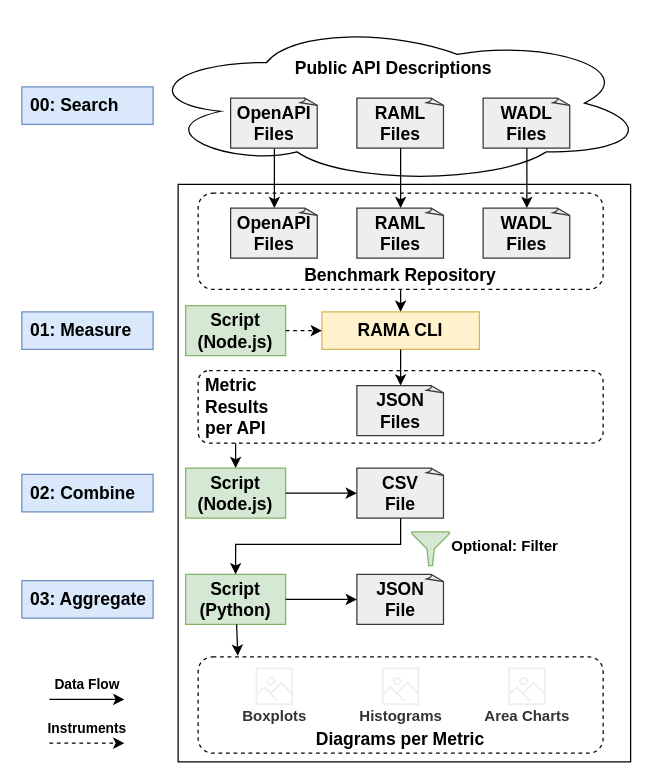
restful-ma/thresholds keeps this draw.io diagram as docs/benchmark-pipeline.drawio. Above is the earlier version. Source tidied: cells renumbered, new cells numbered last; positions are measured from the earlier drawing's top-left corner, leaving out a move shared by most shapes. Both pictures are drawn from the tidied source at 125%, with x=0, y=0 at pixel (21, 21).
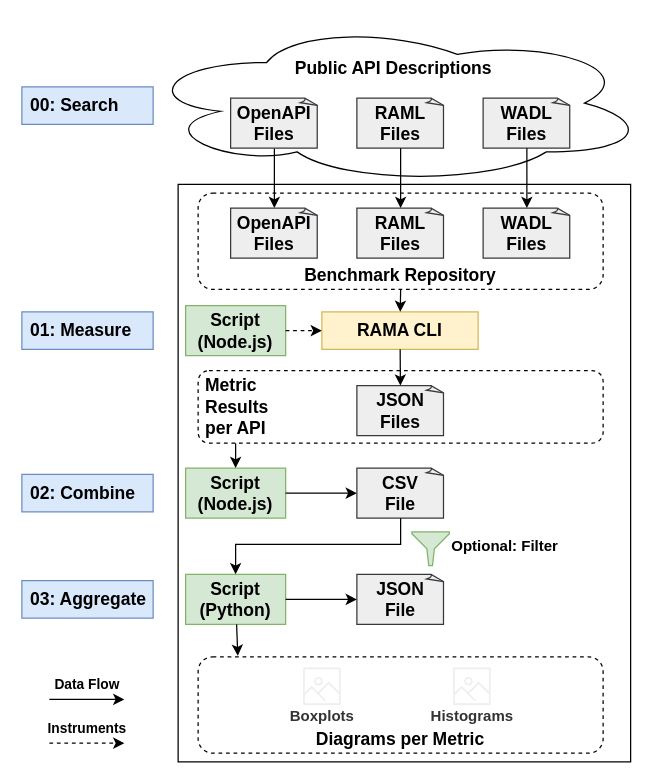
Above is the later version.

Commit message (it also covers changes not shown here):
Updated benchmark pipeline model

The edit, as a diff of the source:
```diff
@@
     <mxCell id="7" value="RAMA CLI" style="rounded=0;whiteSpace=wrap;html=1;fontSize=14;fontStyle=1;fillColor=#fff2cc;strokeColor=#d6b656;" parent="1" vertex="1">
-      <mxGeometry x="240" y="232" width="126" height="30" as="geometry" />
+      <mxGeometry x="240" y="232" width="125" height="30" as="geometry" />
     </mxCell>
@@
     <mxCell id="35" value="&lt;font size=&quot;1&quot;&gt;&lt;b style=&quot;font-size: 12px&quot;&gt;Boxplots&lt;/b&gt;&lt;/font&gt;" style="fontColor=#333333;fillColor=#EEEEEE;strokeColor=#666666;dashed=0;verticalLabelPosition=bottom;verticalAlign=top;align=center;html=1;fontSize=12;fontStyle=0;shape=mxgraph.aws4.container_registry_image;labelPosition=center;spacingTop=-5;" parent="1" vertex="1">
-      <mxGeometry x="187" y="516.5" width="30" height="30" as="geometry" />
+      <mxGeometry x="225" y="516.5" width="30" height="30" as="geometry" />
     </mxCell>
     <mxCell id="36" value="&lt;font size=&quot;1&quot;&gt;&lt;b style=&quot;font-size: 12px&quot;&gt;Histograms&lt;/b&gt;&lt;/font&gt;" style="fontColor=#333333;fillColor=#EEEEEE;strokeColor=#666666;dashed=0;verticalLabelPosition=bottom;verticalAlign=top;align=center;html=1;fontSize=12;fontStyle=0;shape=mxgraph.aws4.container_registry_image;labelPosition=center;spacingTop=-5;" parent="1" vertex="1">
-      <mxGeometry x="288" y="516.5" width="30" height="30" as="geometry" />
+      <mxGeometry x="345" y="516.5" width="30" height="30" as="geometry" />
     </mxCell>
-    <mxCell id="37" value="&lt;font size=&quot;1&quot;&gt;&lt;b style=&quot;font-size: 12px&quot;&gt;Area Charts&lt;/b&gt;&lt;/font&gt;" style="fontColor=#333333;fillColor=#EEEEEE;strokeColor=#666666;dashed=0;verticalLabelPosition=bottom;verticalAlign=top;align=center;html=1;fontSize=12;fontStyle=0;shape=mxgraph.aws4.container_registry_image;labelPosition=center;spacingTop=-5;" parent="1" vertex="1">
-      <mxGeometry x="389" y="516.5" width="30" height="30" as="geometry" />
-    </mxCell>
```
